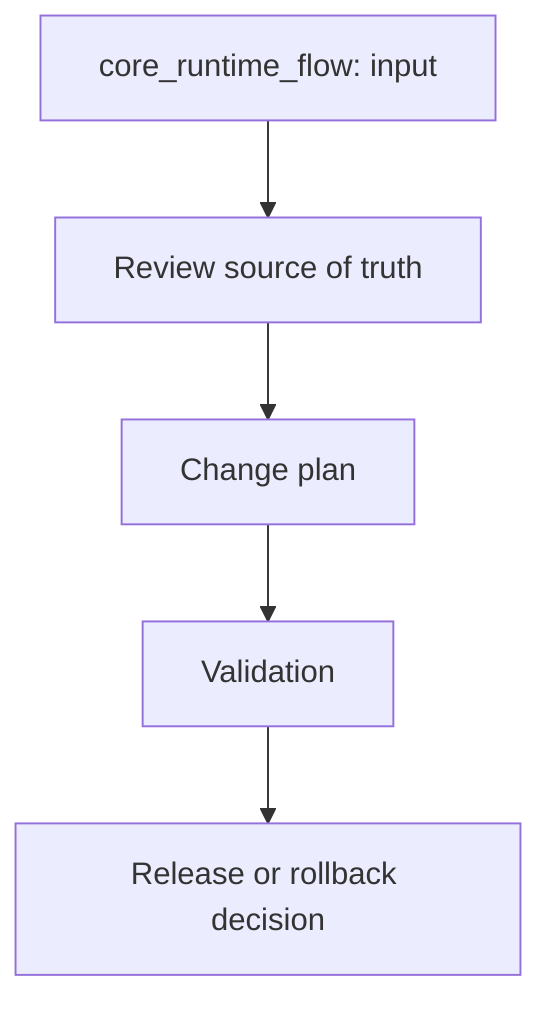
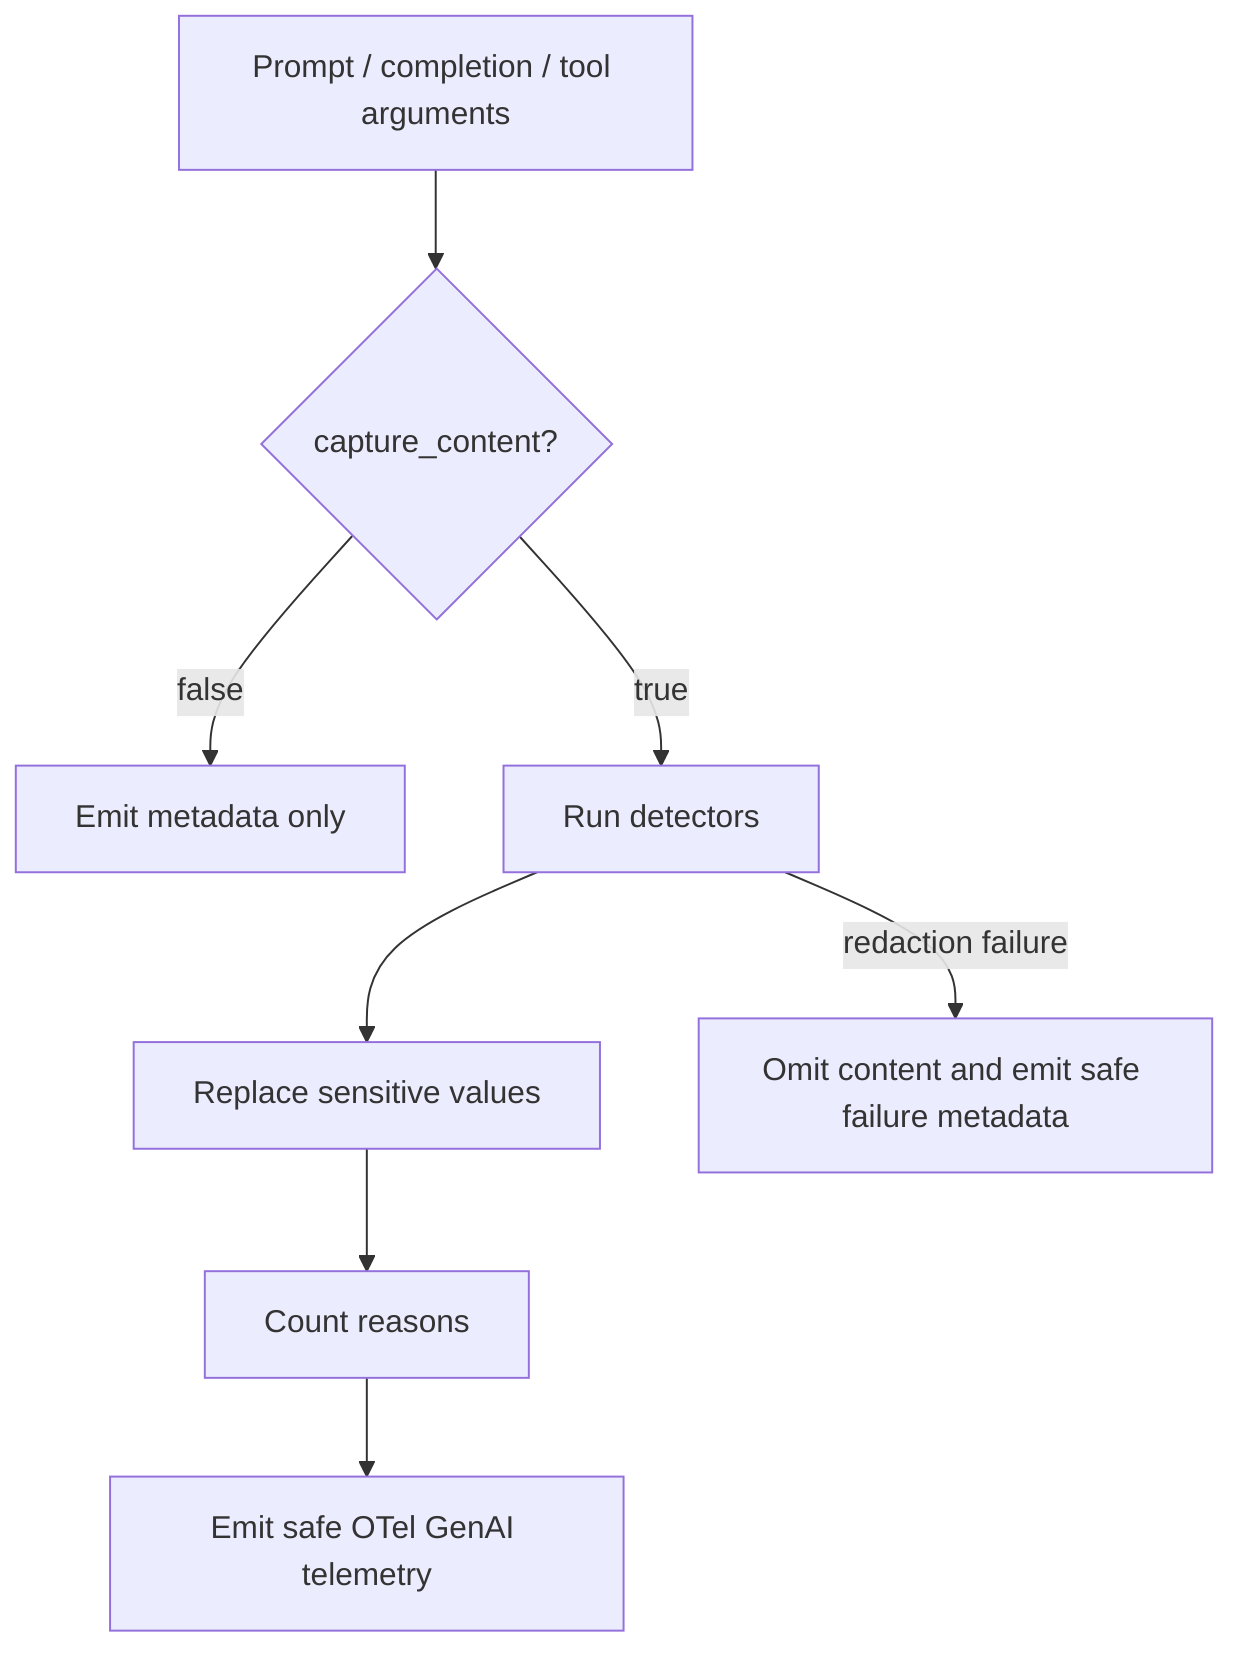
flowchart TD
-   A["core_runtime_flow: input"] --> B["Review source of truth"]
-   B --> C["Change plan"]
-   C --> D["Validation"]
-   D --> E["Release or rollback decision"]
+   Input["Prompt / completion / tool arguments"] --> Capture{"capture_content?"}
+   Capture -- "false" --> MetadataOnly["Emit metadata only"]
+   Capture -- "true" --> Detect["Run detectors"]
+   Detect --> Replace["Replace sensitive values"]
+   Replace --> Summary["Count reasons"]
+   Summary --> Export["Emit safe OTel GenAI telemetry"]
+   Detect -- "redaction failure" --> FailClosed["Omit content and emit safe failure metadata"]
